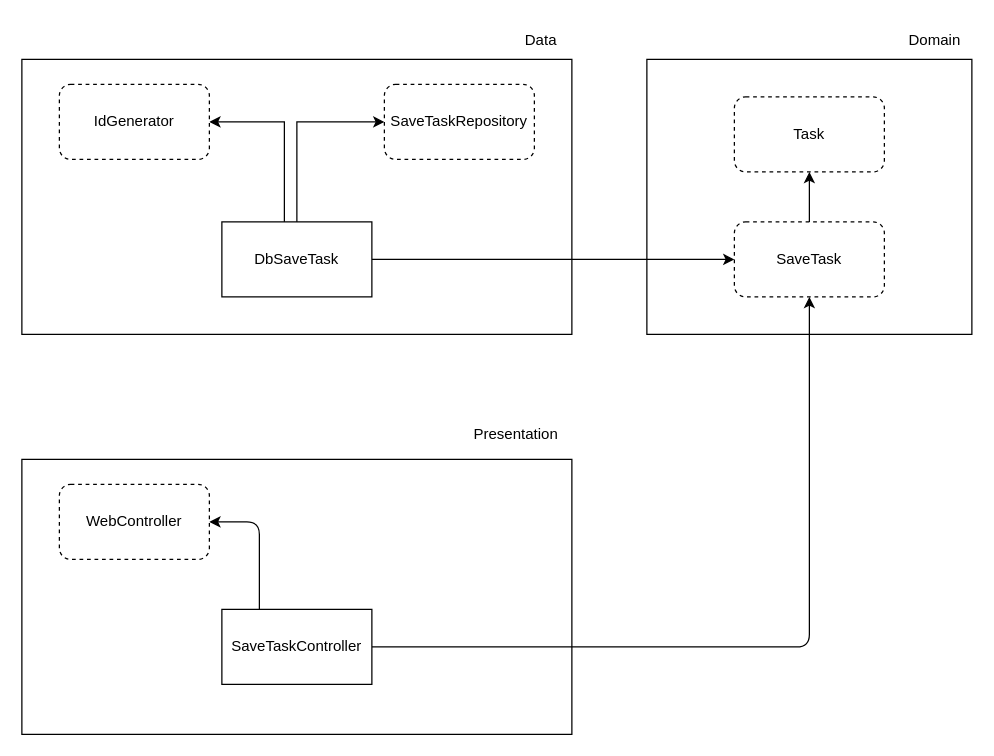
The draw.io diagram docs/diagram.drawio in mrbrunelli/clean-arch-tasks-example, before the edit. Source tidied: cells renumbered, new cells numbered last; positions are measured from the earlier drawing's top-left corner, leaving out a move shared by most shapes. Both pictures are drawn from the tidied source at 125%, with x=0, y=0 at pixel (21, 21).
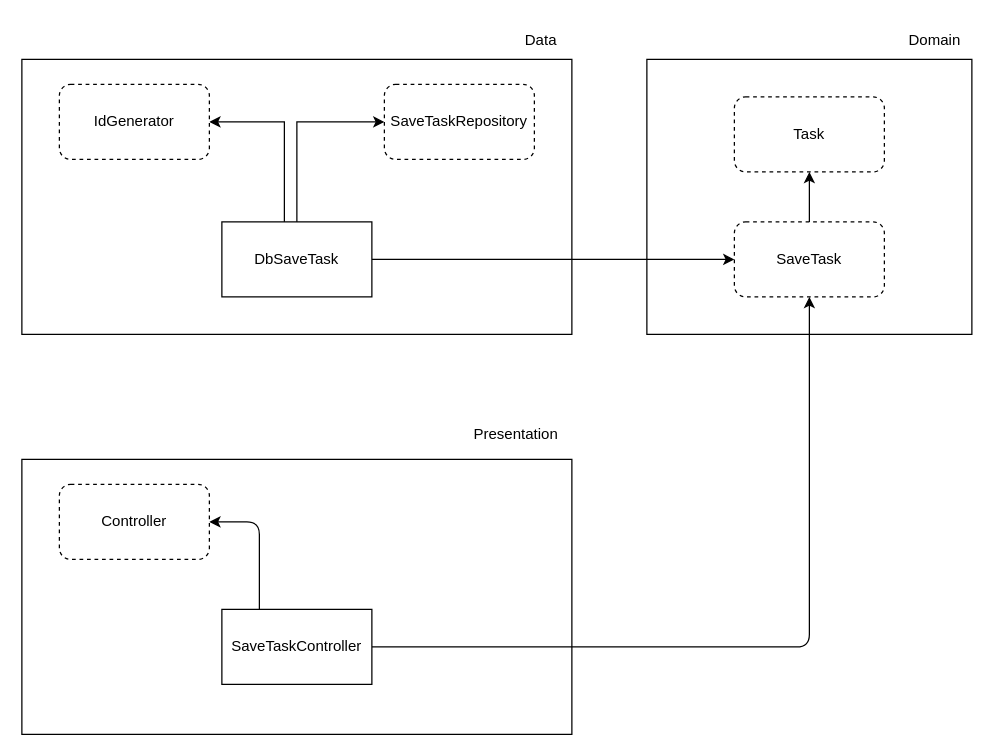
The same page after the edit.

Commit message (it also covers changes not shown here):
add controller examples

Change to the diagram source:
```diff
@@
-    <mxCell id="17" value="WebController" style="rounded=1;whiteSpace=wrap;html=1;dashed=1;" parent="1" vertex="1">
+    <mxCell id="17" value="Controller" style="rounded=1;whiteSpace=wrap;html=1;dashed=1;" parent="1" vertex="1">
       <mxGeometry x="30" y="370" width="120" height="60" as="geometry" />
     </mxCell>
```
